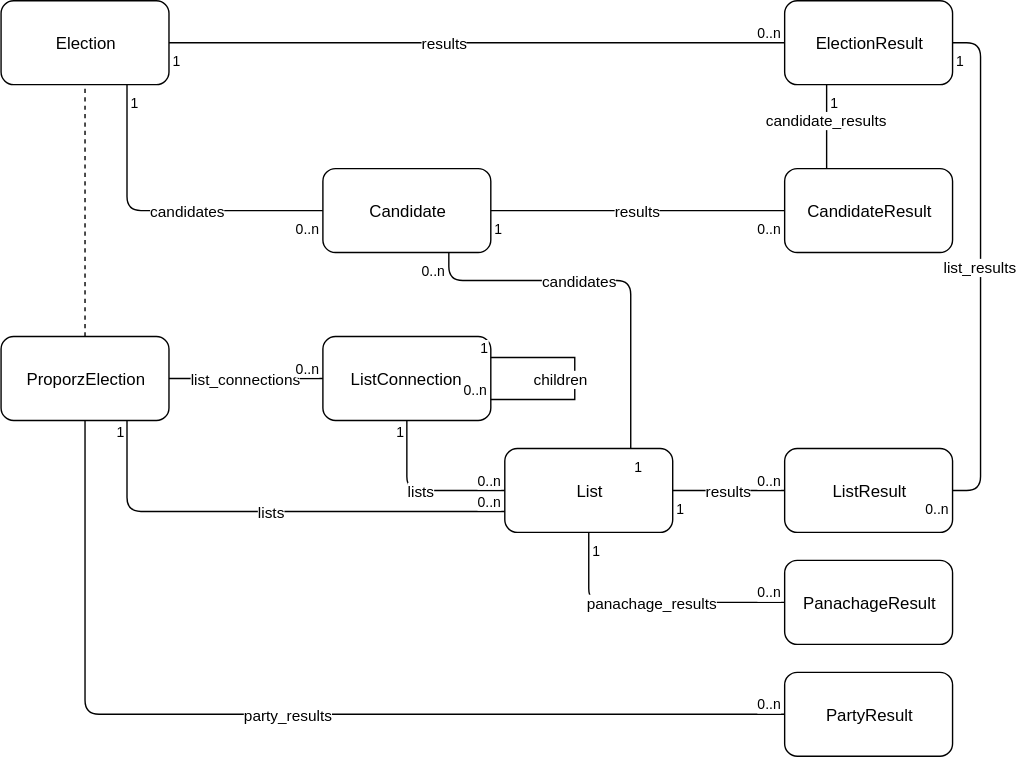
The draw.io diagram docs/onegov.ballot.election.svg in OneGov/onegov.ballot, before a commit. Source tidied: cells renumbered, new cells last; positions are measured from the earlier drawing's top-left corner, leaving out a move shared by most shapes. Its diagram source:
```xml
<mxGraphModel background="#ffffff">
  <root>
    <mxCell id="0" />
    <mxCell id="1" parent="0" />
    <mxCell id="2" style="edgeStyle=none;html=1;exitX=0;exitY=0.5;entryX=1;entryY=0.5;dashed=1;jettySize=auto;strokeColor=none;strokeWidth=1;endArrow=none;endFill=0;" parent="1" edge="1" source="3" target="50">
      <mxGeometry relative="1" as="geometry" />
    </mxCell>
    <mxCell id="3" value="Election" style="rounded=1;whiteSpace=wrap;html=1;" parent="1" vertex="1">
      <mxGeometry width="120" height="60" as="geometry" />
    </mxCell>
    <mxCell id="4" value="ElectionResult" style="rounded=1;whiteSpace=wrap;html=1;" parent="1" vertex="1">
      <mxGeometry x="560" width="120" height="60" as="geometry" />
    </mxCell>
    <mxCell id="5" value="ListConnection" style="rounded=1;whiteSpace=wrap;html=1;" parent="1" vertex="1">
      <mxGeometry x="230" y="240" width="120" height="60" as="geometry" />
    </mxCell>
    <mxCell id="6" value="List" style="rounded=1;whiteSpace=wrap;html=1;" parent="1" vertex="1">
      <mxGeometry x="360" y="320" width="120" height="60" as="geometry" />
    </mxCell>
    <mxCell id="7" value="Candidate" style="rounded=1;whiteSpace=wrap;html=1;" parent="1" vertex="1">
      <mxGeometry x="230" y="120" width="120" height="60" as="geometry" />
    </mxCell>
    <mxCell id="8" value="ListResult" style="rounded=1;whiteSpace=wrap;html=1;" parent="1" vertex="1">
      <mxGeometry x="560" y="320" width="120" height="60" as="geometry" />
    </mxCell>
    <mxCell id="9" value="PartyResult" style="rounded=1;whiteSpace=wrap;html=1;" parent="1" vertex="1">
      <mxGeometry x="560" y="480" width="120" height="60" as="geometry" />
    </mxCell>
    <mxCell id="10" value="list_connections" style="endArrow=none;html=1;endSize=12;startArrow=none;startSize=14;startFill=0;edgeStyle=orthogonalEdgeStyle;endFill=0;entryX=0;entryY=0.5;exitX=1;exitY=0.5;" parent="1" edge="1" source="50" target="5">
      <mxGeometry relative="1" as="geometry" />
    </mxCell>
    <mxCell id="11" value="1" style="html=1;align=left;verticalAlign=top;labelBackgroundColor=#ffffff;fontSize=10;" parent="10" vertex="1">
      <mxGeometry x="-1" relative="1" as="geometry">
        <mxPoint x="-10" y="-20" as="offset" />
      </mxGeometry>
    </mxCell>
    <mxCell id="12" value="&lt;span&gt;0..n&lt;/span&gt;" style="html=1;align=right;verticalAlign=top;labelBackgroundColor=#ffffff;fontSize=10;" parent="10" vertex="1">
      <mxGeometry x="1" relative="1" as="geometry">
        <mxPoint y="-20" as="offset" />
      </mxGeometry>
    </mxCell>
    <mxCell id="13" value="lists" style="endArrow=none;html=1;endSize=12;startArrow=none;startSize=14;startFill=0;edgeStyle=orthogonalEdgeStyle;endFill=0;exitX=0.75;exitY=1;entryX=0;entryY=0.75;" parent="1" edge="1" source="50" target="6">
      <mxGeometry relative="1" as="geometry">
        <Array as="points">
          <mxPoint x="90" y="365" />
        </Array>
      </mxGeometry>
    </mxCell>
    <mxCell id="14" value="1" style="html=1;align=left;verticalAlign=top;labelBackgroundColor=#ffffff;fontSize=10;" parent="13" vertex="1">
      <mxGeometry x="-1" relative="1" as="geometry">
        <mxPoint x="-10" y="-5" as="offset" />
      </mxGeometry>
    </mxCell>
    <mxCell id="15" value="&lt;span&gt;0..n&lt;/span&gt;" style="html=1;align=right;verticalAlign=top;labelBackgroundColor=#ffffff;fontSize=10;" parent="13" vertex="1">
      <mxGeometry x="1" relative="1" as="geometry">
        <mxPoint y="-20" as="offset" />
      </mxGeometry>
    </mxCell>
    <mxCell id="16" value="candidates" style="endArrow=none;html=1;endSize=12;startArrow=none;startSize=14;startFill=0;edgeStyle=orthogonalEdgeStyle;endFill=0;entryX=0;entryY=0.5;exitX=0.75;exitY=1;" parent="1" edge="1" source="3" target="7">
      <mxGeometry x="0.16" relative="1" as="geometry">
        <Array as="points">
          <mxPoint x="90" y="150" />
        </Array>
      </mxGeometry>
    </mxCell>
    <mxCell id="17" value="1" style="html=1;align=left;verticalAlign=top;labelBackgroundColor=#ffffff;fontSize=10;" parent="16" vertex="1">
      <mxGeometry x="-1" relative="1" as="geometry" />
    </mxCell>
    <mxCell id="18" value="&lt;span&gt;0..n&lt;/span&gt;" style="html=1;align=right;verticalAlign=top;labelBackgroundColor=#ffffff;fontSize=10;" parent="16" vertex="1">
      <mxGeometry x="1" relative="1" as="geometry" />
    </mxCell>
    <mxCell id="19" value="results" style="endArrow=none;html=1;endSize=12;startArrow=none;startSize=14;startFill=0;edgeStyle=orthogonalEdgeStyle;endFill=0;exitX=1;exitY=0.5;entryX=0;entryY=0.5;" parent="1" edge="1" source="3" target="4">
      <mxGeometry x="-0.1" relative="1" as="geometry" />
    </mxCell>
    <mxCell id="20" value="1" style="html=1;align=left;verticalAlign=top;labelBackgroundColor=#ffffff;fontSize=10;" parent="19" vertex="1">
      <mxGeometry x="-1" relative="1" as="geometry" />
    </mxCell>
    <mxCell id="21" value="&lt;span&gt;0..n&lt;/span&gt;" style="html=1;align=right;verticalAlign=top;labelBackgroundColor=#ffffff;fontSize=10;" parent="19" vertex="1">
      <mxGeometry x="1" relative="1" as="geometry">
        <mxPoint y="-20" as="offset" />
      </mxGeometry>
    </mxCell>
    <mxCell id="22" value="party_results" style="endArrow=none;html=1;endSize=12;startArrow=none;startSize=14;startFill=0;edgeStyle=orthogonalEdgeStyle;endFill=0;entryX=0;entryY=0.5;exitX=0.5;exitY=1;" parent="1" edge="1" source="50" target="9">
      <mxGeometry relative="1" as="geometry" />
    </mxCell>
    <mxCell id="23" value="1" style="html=1;align=left;verticalAlign=top;labelBackgroundColor=#ffffff;fontSize=10;" parent="22" vertex="1">
      <mxGeometry x="-1" relative="1" as="geometry">
        <mxPoint y="-20" as="offset" />
      </mxGeometry>
    </mxCell>
    <mxCell id="24" value="&lt;span&gt;0..n&lt;/span&gt;" style="html=1;align=right;verticalAlign=top;labelBackgroundColor=#ffffff;fontSize=10;" parent="22" vertex="1">
      <mxGeometry x="1" relative="1" as="geometry">
        <mxPoint y="-20" as="offset" />
      </mxGeometry>
    </mxCell>
    <mxCell id="25" value="children" style="endArrow=none;html=1;endSize=12;startArrow=none;startSize=14;startFill=0;edgeStyle=orthogonalEdgeStyle;endFill=0;exitX=1;exitY=0.25;rounded=0;entryX=1;entryY=0.75;" parent="1" edge="1" source="5" target="5">
      <mxGeometry y="-10" relative="1" as="geometry">
        <Array as="points">
          <mxPoint x="410" y="255" />
          <mxPoint x="410" y="280" />
          <mxPoint x="410" y="285" />
        </Array>
      </mxGeometry>
    </mxCell>
    <mxCell id="26" value="1" style="html=1;align=left;verticalAlign=top;labelBackgroundColor=#ffffff;fontSize=10;" parent="25" vertex="1">
      <mxGeometry x="-1" relative="1" as="geometry">
        <mxPoint x="-10" y="-20" as="offset" />
      </mxGeometry>
    </mxCell>
    <mxCell id="27" value="&lt;span&gt;0..n&lt;/span&gt;" style="html=1;align=right;verticalAlign=top;labelBackgroundColor=#ffffff;fontSize=10;" parent="25" vertex="1">
      <mxGeometry x="1" relative="1" as="geometry">
        <mxPoint y="-20" as="offset" />
      </mxGeometry>
    </mxCell>
    <mxCell id="28" value="lists" style="endArrow=none;html=1;endSize=12;startArrow=none;startSize=14;startFill=0;edgeStyle=orthogonalEdgeStyle;endFill=0;exitX=0.5;exitY=1;entryX=0;entryY=0.5;" parent="1" edge="1" source="5" target="6">
      <mxGeometry relative="1" as="geometry" />
    </mxCell>
    <mxCell id="29" value="1" style="html=1;align=left;verticalAlign=top;labelBackgroundColor=#ffffff;fontSize=10;" parent="28" vertex="1">
      <mxGeometry x="-1" relative="1" as="geometry">
        <mxPoint x="-10" y="-5" as="offset" />
      </mxGeometry>
    </mxCell>
    <mxCell id="30" value="&lt;span&gt;0..n&lt;/span&gt;" style="html=1;align=right;verticalAlign=top;labelBackgroundColor=#ffffff;fontSize=10;" parent="28" vertex="1">
      <mxGeometry x="1" relative="1" as="geometry">
        <mxPoint y="-20" as="offset" />
      </mxGeometry>
    </mxCell>
    <mxCell id="31" value="results" style="endArrow=none;html=1;endSize=12;startArrow=none;startSize=14;startFill=0;edgeStyle=orthogonalEdgeStyle;endFill=0;exitX=1;exitY=0.5;entryX=0;entryY=0.5;" parent="1" edge="1" source="6" target="8">
      <mxGeometry relative="1" as="geometry" />
    </mxCell>
    <mxCell id="32" value="1" style="html=1;align=left;verticalAlign=top;labelBackgroundColor=#ffffff;fontSize=10;" parent="31" vertex="1">
      <mxGeometry x="-1" relative="1" as="geometry" />
    </mxCell>
    <mxCell id="33" value="&lt;span&gt;0..n&lt;/span&gt;" style="html=1;align=right;verticalAlign=top;labelBackgroundColor=#ffffff;fontSize=10;" parent="31" vertex="1">
      <mxGeometry x="1" relative="1" as="geometry">
        <mxPoint y="-20" as="offset" />
      </mxGeometry>
    </mxCell>
    <mxCell id="34" value="PanachageResult" style="rounded=1;whiteSpace=wrap;html=1;" parent="1" vertex="1">
      <mxGeometry x="560" y="400" width="120" height="60" as="geometry" />
    </mxCell>
    <mxCell id="35" value="panachage_results" style="endArrow=none;html=1;endSize=12;startArrow=none;startSize=14;startFill=0;edgeStyle=orthogonalEdgeStyle;endFill=0;entryX=0;entryY=0.5;exitX=0.5;exitY=1;" parent="1" edge="1" source="6" target="34">
      <mxGeometry relative="1" as="geometry" />
    </mxCell>
    <mxCell id="36" value="1" style="html=1;align=left;verticalAlign=top;labelBackgroundColor=#ffffff;fontSize=10;" parent="35" vertex="1">
      <mxGeometry x="-1" relative="1" as="geometry" />
    </mxCell>
    <mxCell id="37" value="&lt;span&gt;0..n&lt;/span&gt;" style="html=1;align=right;verticalAlign=top;labelBackgroundColor=#ffffff;fontSize=10;" parent="35" vertex="1">
      <mxGeometry x="1" relative="1" as="geometry">
        <mxPoint y="-20" as="offset" />
      </mxGeometry>
    </mxCell>
    <mxCell id="38" value="results" style="endArrow=none;html=1;endSize=12;startArrow=none;startSize=14;startFill=0;edgeStyle=orthogonalEdgeStyle;endFill=0;exitX=1;exitY=0.5;entryX=0;entryY=0.5;" parent="1" edge="1" source="7" target="52">
      <mxGeometry relative="1" as="geometry" />
    </mxCell>
    <mxCell id="39" value="1" style="html=1;align=left;verticalAlign=top;labelBackgroundColor=#ffffff;fontSize=10;" parent="38" vertex="1">
      <mxGeometry x="-1" relative="1" as="geometry" />
    </mxCell>
    <mxCell id="40" value="&lt;span&gt;0..n&lt;/span&gt;" style="html=1;align=right;verticalAlign=top;labelBackgroundColor=#ffffff;fontSize=10;" parent="38" vertex="1">
      <mxGeometry x="1" relative="1" as="geometry" />
    </mxCell>
    <mxCell id="41" value="list_results" style="endArrow=none;html=1;endSize=12;startArrow=none;startSize=14;startFill=0;edgeStyle=orthogonalEdgeStyle;endFill=0;exitX=1;exitY=0.5;entryX=1;entryY=0.5;" parent="1" edge="1" source="4" target="8">
      <mxGeometry relative="1" as="geometry">
        <Array as="points">
          <mxPoint x="700" y="30" />
          <mxPoint x="700" y="350" />
        </Array>
      </mxGeometry>
    </mxCell>
    <mxCell id="42" value="1" style="html=1;align=left;verticalAlign=top;labelBackgroundColor=#ffffff;fontSize=10;" parent="41" vertex="1">
      <mxGeometry x="-1" relative="1" as="geometry" />
    </mxCell>
    <mxCell id="43" value="&lt;span&gt;0..n&lt;/span&gt;" style="html=1;align=right;verticalAlign=top;labelBackgroundColor=#ffffff;fontSize=10;" parent="41" vertex="1">
      <mxGeometry x="1" relative="1" as="geometry" />
    </mxCell>
    <mxCell id="44" value="candidate_results" style="endArrow=none;html=1;endSize=12;startArrow=none;startSize=14;startFill=0;edgeStyle=orthogonalEdgeStyle;endFill=0;entryX=0.25;entryY=0;exitX=0.25;exitY=1;" parent="1" edge="1" source="4" target="52">
      <mxGeometry x="-0.17" relative="1" as="geometry" />
    </mxCell>
    <mxCell id="45" value="1" style="html=1;align=left;verticalAlign=top;labelBackgroundColor=#ffffff;fontSize=10;" parent="44" vertex="1">
      <mxGeometry x="-1" relative="1" as="geometry" />
    </mxCell>
    <mxCell id="46" value="&lt;span&gt;0..n&lt;/span&gt;" style="html=1;align=right;verticalAlign=top;labelBackgroundColor=#ffffff;fontSize=10;" parent="44" vertex="1">
      <mxGeometry x="1" relative="1" as="geometry" />
    </mxCell>
    <mxCell id="47" value="candidates" style="endArrow=none;html=1;endSize=12;startArrow=none;startSize=14;startFill=0;edgeStyle=orthogonalEdgeStyle;endFill=0;entryX=0.75;entryY=1;exitX=0.75;exitY=0;" parent="1" edge="1" source="6" target="7">
      <mxGeometry x="0.16" relative="1" as="geometry">
        <Array as="points">
          <mxPoint x="450" y="200" />
          <mxPoint x="320" y="200" />
        </Array>
      </mxGeometry>
    </mxCell>
    <mxCell id="48" value="1" style="html=1;align=left;verticalAlign=top;labelBackgroundColor=#ffffff;fontSize=10;" parent="47" vertex="1">
      <mxGeometry x="-1" relative="1" as="geometry" />
    </mxCell>
    <mxCell id="49" value="&lt;span&gt;0..n&lt;/span&gt;" style="html=1;align=right;verticalAlign=top;labelBackgroundColor=#ffffff;fontSize=10;" parent="47" vertex="1">
      <mxGeometry x="1" relative="1" as="geometry" />
    </mxCell>
    <mxCell id="50" value="ProporzElection" style="rounded=1;whiteSpace=wrap;html=1;" parent="1" vertex="1">
      <mxGeometry y="240" width="120" height="60" as="geometry" />
    </mxCell>
    <mxCell id="51" style="endArrow=none;dashed=1;html=1;strokeColor=#000000;strokeWidth=1;entryX=0.5;entryY=1;exitX=0.5;exitY=0;" parent="1" edge="1" source="50" target="3">
      <mxGeometry relative="1" as="geometry" />
    </mxCell>
    <mxCell id="52" value="CandidateResult" style="rounded=1;whiteSpace=wrap;html=1;" parent="1" vertex="1">
      <mxGeometry x="560" y="120" width="120" height="60" as="geometry" />
    </mxCell>
  </root>
</mxGraphModel>
```
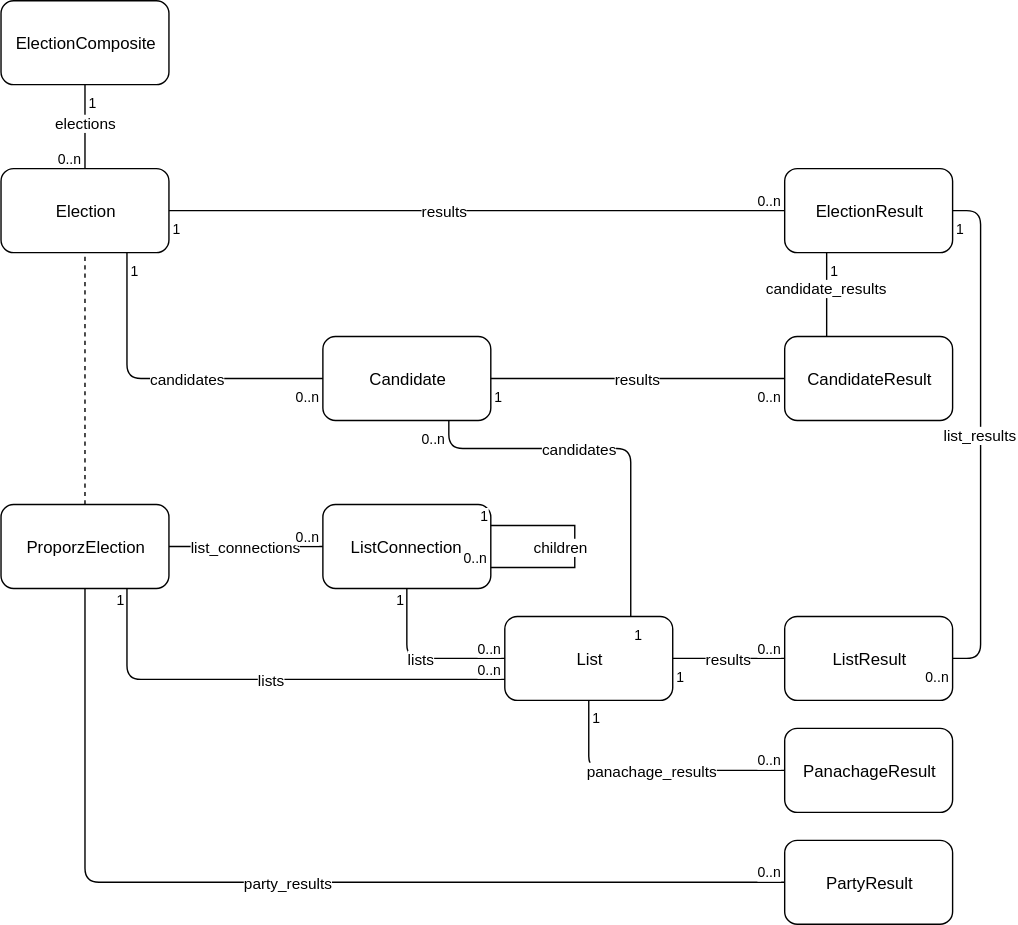
After the commit.

The edit, as a diff of the source:
```diff
@@ -2,9 +2,6 @@
   <root>
     <mxCell id="0" />
     <mxCell id="1" parent="0" />
-    <mxCell id="2" style="edgeStyle=none;html=1;exitX=0;exitY=0.5;entryX=1;entryY=0.5;dashed=1;jettySize=auto;strokeColor=none;strokeWidth=1;endArrow=none;endFill=0;" parent="1" edge="1" source="3" target="50">
-      <mxGeometry relative="1" as="geometry" />
-    </mxCell>
     <mxCell id="3" value="Election" style="rounded=1;whiteSpace=wrap;html=1;" parent="1" vertex="1">
       <mxGeometry width="120" height="60" as="geometry" />
     </mxCell>
@@ -205,5 +202,19 @@
     <mxCell id="52" value="CandidateResult" style="rounded=1;whiteSpace=wrap;html=1;" parent="1" vertex="1">
       <mxGeometry x="560" y="120" width="120" height="60" as="geometry" />
     </mxCell>
+    <mxCell id="53" value="ElectionComposite" style="rounded=1;whiteSpace=wrap;html=1;" parent="1" vertex="1">
+      <mxGeometry y="-120" width="120" height="60" as="geometry" />
+    </mxCell>
+    <mxCell id="54" value="elections" style="endArrow=none;html=1;endSize=12;startArrow=none;startSize=14;startFill=0;edgeStyle=orthogonalEdgeStyle;endFill=0;exitX=0.5;exitY=1;entryX=0.5;entryY=0;" parent="1" edge="1" source="53" target="3">
+      <mxGeometry x="-0.1" relative="1" as="geometry" />
+    </mxCell>
+    <mxCell id="55" value="1" style="html=1;align=left;verticalAlign=top;labelBackgroundColor=#ffffff;fontSize=10;" parent="54" vertex="1">
+      <mxGeometry x="-1" relative="1" as="geometry" />
+    </mxCell>
+    <mxCell id="56" value="&lt;span&gt;0..n&lt;/span&gt;" style="html=1;align=right;verticalAlign=top;labelBackgroundColor=#ffffff;fontSize=10;" parent="54" vertex="1">
+      <mxGeometry x="1" relative="1" as="geometry">
+        <mxPoint y="-20" as="offset" />
+      </mxGeometry>
+    </mxCell>
   </root>
 </mxGraphModel>
```
